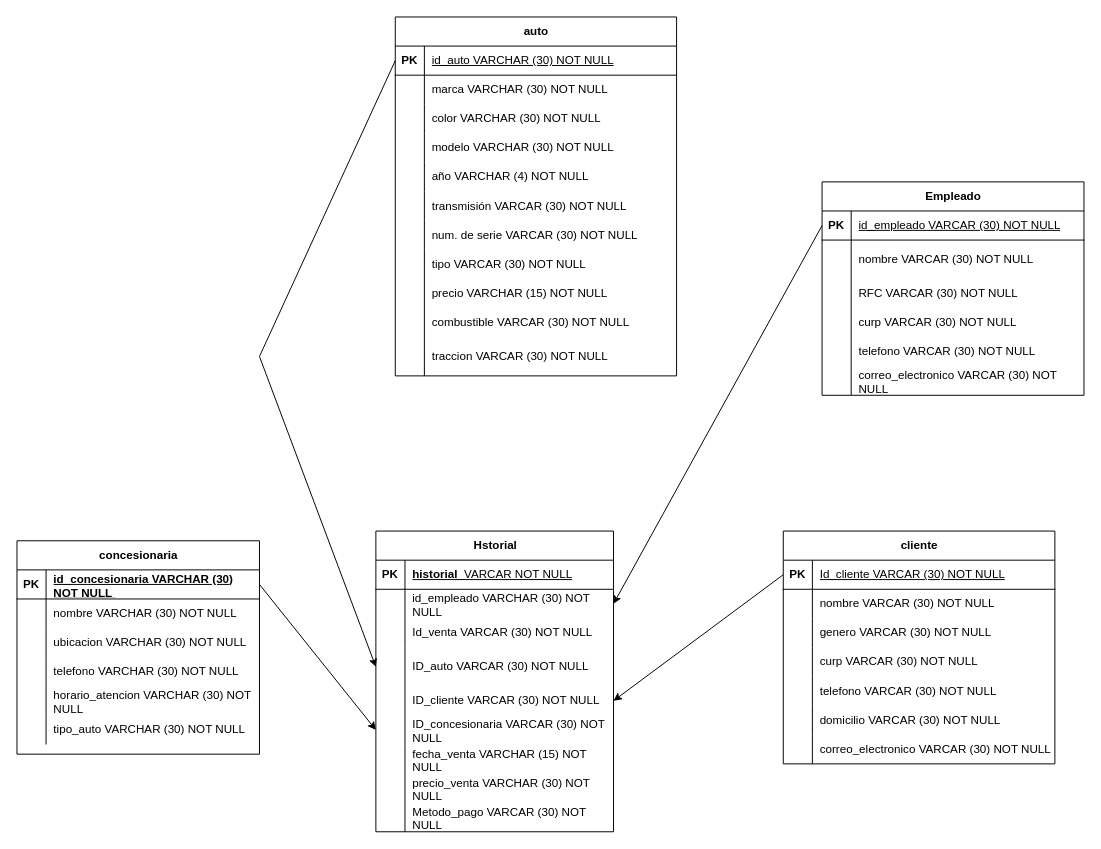
Before: page "Página-2" (2 of 2) of diagrama/consencionaria.drawio in GerardoNR/fbd-gerardo-reyes, a draw.io diagram. Source tidied: cells renumbered, new cells numbered last; positions are measured from the earlier drawing's top-left corner, leaving out a move shared by most shapes. Both pictures are drawn from the tidied source at 97%, with x=0, y=0 at pixel (16, 16).
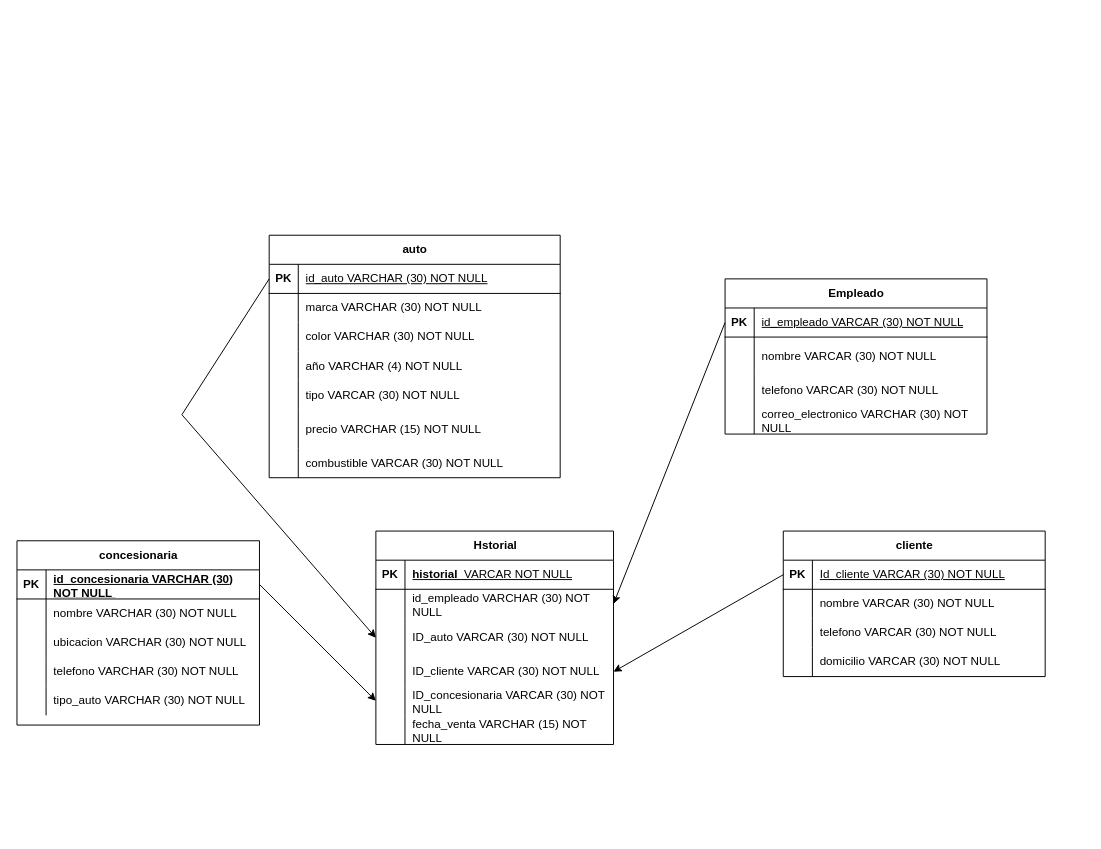
After the change.

Change to the diagram source:
```diff
@@
     <mxCell id="2" value="Empleado" style="shape=table;startSize=30;childLayout=tableLayout;rowLines=0;fontStyle=1;align=center;html=1;" parent="1" vertex="1">
-      <mxGeometry x="830" y="170" width="270" height="220" as="geometry" />
+      <mxGeometry x="730" y="270" width="270" height="160" as="geometry" />
     </mxCell>
@@
-    <mxCell id="9" style="shape=tableRow;horizontal=0;startSize=0;swimlaneHead=0;swimlaneBody=0;fillColor=none;top=0;left=0;right=0;bottom=0;" parent="2" vertex="1">
-      <mxGeometry y="100" width="270" height="30" as="geometry" />
-    </mxCell>
-    <mxCell id="10" style="shape=partialRectangle;fillColor=none;top=0;left=0;bottom=0;right=0;overflow=hidden;whiteSpace=wrap;html=1;" parent="9" vertex="1">
-      <mxGeometry width="30" height="30" as="geometry" />
-    </mxCell>
-    <mxCell id="11" value="RFC VARCAR (30) NOT NULL" style="shape=partialRectangle;fillColor=none;top=0;left=0;bottom=0;right=0;align=left;spacingLeft=6;overflow=hidden;whiteSpace=wrap;html=1;" parent="9" vertex="1">
-      <mxGeometry x="30" width="240" height="30" as="geometry" />
-    </mxCell>
-    <mxCell id="12" style="shape=tableRow;horizontal=0;startSize=0;swimlaneHead=0;swimlaneBody=0;fillColor=none;top=0;left=0;right=0;bottom=0;" parent="2" vertex="1">
-      <mxGeometry y="130" width="270" height="30" as="geometry" />
-    </mxCell>
-    <mxCell id="13" style="shape=partialRectangle;fillColor=none;top=0;left=0;bottom=0;right=0;overflow=hidden;whiteSpace=wrap;html=1;" parent="12" vertex="1">
-      <mxGeometry width="30" height="30" as="geometry" />
-    </mxCell>
-    <mxCell id="14" value="curp VARCAR (30) NOT NULL" style="shape=partialRectangle;fillColor=none;top=0;left=0;bottom=0;right=0;align=left;spacingLeft=6;overflow=hidden;whiteSpace=wrap;html=1;" parent="12" vertex="1">
-      <mxGeometry x="30" width="240" height="30" as="geometry" />
-    </mxCell>
     <mxCell id="15" style="shape=tableRow;horizontal=0;startSize=0;swimlaneHead=0;swimlaneBody=0;fillColor=none;top=0;left=0;right=0;bottom=0;" parent="2" vertex="1">
-      <mxGeometry y="160" width="270" height="30" as="geometry" />
+      <mxGeometry y="100" width="270" height="30" as="geometry" />
     </mxCell>
@@
-    <mxCell id="18" style="shape=tableRow;horizontal=0;startSize=0;swimlaneHead=0;swimlaneBody=0;fillColor=none;top=0;left=0;right=0;bottom=0;" parent="2" vertex="1">
-      <mxGeometry y="190" width="270" height="30" as="geometry" />
-    </mxCell>
-    <mxCell id="19" style="shape=partialRectangle;fillColor=none;top=0;left=0;bottom=0;right=0;overflow=hidden;whiteSpace=wrap;html=1;" parent="18" vertex="1">
-      <mxGeometry width="30" height="30" as="geometry" />
-    </mxCell>
-    <mxCell id="20" value="correo_electronico VARCAR (30) NOT NULL" style="shape=partialRectangle;fillColor=none;top=0;left=0;bottom=0;right=0;align=left;spacingLeft=6;overflow=hidden;whiteSpace=wrap;html=1;" parent="18" vertex="1">
-      <mxGeometry x="30" width="240" height="30" as="geometry" />
-    </mxCell>
+    <mxCell id="12" style="shape=tableRow;horizontal=0;startSize=0;swimlaneHead=0;swimlaneBody=0;fillColor=none;top=0;left=0;right=0;bottom=0;" parent="2" vertex="1">
+      <mxGeometry y="130" width="270" height="30" as="geometry" />
+    </mxCell>
+    <mxCell id="128" style="shape=partialRectangle;fillColor=none;top=0;left=0;bottom=0;right=0;overflow=hidden;whiteSpace=wrap;html=1;" parent="12" vertex="1">
+      <mxGeometry width="30" height="30" as="geometry" />
+    </mxCell>
+    <mxCell id="129" value="correo_electronico VARCHAR (30) NOT NULL" style="shape=partialRectangle;fillColor=none;top=0;left=0;bottom=0;right=0;align=left;spacingLeft=6;overflow=hidden;whiteSpace=wrap;html=1;" parent="12" vertex="1">
+      <mxGeometry x="30" width="240" height="30" as="geometry" />
+    </mxCell>
     <mxCell id="21" value="auto" style="shape=table;startSize=30;childLayout=tableLayout;rowLines=0;fontStyle=1;align=center;html=1;" parent="1" vertex="1">
-      <mxGeometry x="390" width="290" height="370" as="geometry" />
+      <mxGeometry x="260" y="225" width="300" height="250" as="geometry" />
     </mxCell>
     <mxCell id="22" style="shape=tableRow;horizontal=0;startSize=0;swimlaneHead=0;swimlaneBody=0;fillColor=none;points=[[0,0.5],[1,0.5]];portConstraint=eastwest;top=0;left=0;right=0;bottom=1;" parent="21" vertex="1">
-      <mxGeometry y="30" width="290" height="30" as="geometry" />
+      <mxGeometry y="30" width="300" height="30" as="geometry" />
     </mxCell>
@@
     <mxCell id="24" value="&lt;span style=&quot;font-weight: 400;&quot;&gt;id_auto VARCHAR (30) NOT NULL&lt;/span&gt;" style="shape=partialRectangle;fillColor=none;top=0;left=0;bottom=0;right=0;align=left;spacingLeft=6;fontStyle=5;overflow=hidden;whiteSpace=wrap;html=1;" parent="22" vertex="1">
-      <mxGeometry x="30" width="260" height="30" as="geometry" />
+      <mxGeometry x="30" width="270" height="30" as="geometry" />
     </mxCell>
     <mxCell id="25" style="shape=tableRow;horizontal=0;startSize=0;swimlaneHead=0;swimlaneBody=0;fillColor=none;top=0;left=0;right=0;bottom=0;" parent="21" vertex="1">
-      <mxGeometry y="60" width="290" height="30" as="geometry" />
+      <mxGeometry y="60" width="300" height="30" as="geometry" />
     </mxCell>
@@
     <mxCell id="27" value="marca VARCHAR (30) NOT NULL" style="shape=partialRectangle;fillColor=none;top=0;left=0;bottom=0;right=0;align=left;spacingLeft=6;overflow=hidden;whiteSpace=wrap;html=1;" parent="25" vertex="1">
-      <mxGeometry x="30" width="260" height="30" as="geometry" />
+      <mxGeometry x="30" width="270" height="30" as="geometry" />
     </mxCell>
     <mxCell id="28" style="shape=tableRow;horizontal=0;startSize=0;swimlaneHead=0;swimlaneBody=0;fillColor=none;top=0;left=0;right=0;bottom=0;" parent="21" vertex="1">
-      <mxGeometry y="90" width="290" height="30" as="geometry" />
+      <mxGeometry y="90" width="300" height="30" as="geometry" />
     </mxCell>
@@
     <mxCell id="30" value="color VARCHAR (30) NOT NULL" style="shape=partialRectangle;fillColor=none;top=0;left=0;bottom=0;right=0;align=left;spacingLeft=6;overflow=hidden;whiteSpace=wrap;html=1;" parent="28" vertex="1">
-      <mxGeometry x="30" width="260" height="30" as="geometry" />
+      <mxGeometry x="30" width="270" height="30" as="geometry" />
     </mxCell>
-    <mxCell id="31" style="shape=tableRow;horizontal=0;startSize=0;swimlaneHead=0;swimlaneBody=0;fillColor=none;top=0;left=0;right=0;bottom=0;" parent="21" vertex="1">
-      <mxGeometry y="120" width="290" height="30" as="geometry" />
-    </mxCell>
-    <mxCell id="32" style="shape=partialRectangle;fillColor=none;top=0;left=0;bottom=0;right=0;overflow=hidden;whiteSpace=wrap;html=1;" parent="31" vertex="1">
-      <mxGeometry width="30" height="30" as="geometry" />
-    </mxCell>
-    <mxCell id="33" value="modelo VARCHAR (30) NOT NULL" style="shape=partialRectangle;fillColor=none;top=0;left=0;bottom=0;right=0;align=left;spacingLeft=6;overflow=hidden;whiteSpace=wrap;html=1;" parent="31" vertex="1">
-      <mxGeometry x="30" width="260" height="30" as="geometry" />
-    </mxCell>
     <mxCell id="34" style="shape=tableRow;horizontal=0;startSize=0;swimlaneHead=0;swimlaneBody=0;fillColor=none;top=0;left=0;right=0;bottom=0;" parent="21" vertex="1">
-      <mxGeometry y="150" width="290" height="30" as="geometry" />
+      <mxGeometry y="120" width="300" height="30" as="geometry" />
     </mxCell>
@@
     <mxCell id="36" value="año VARCHAR (4) NOT NULL" style="shape=partialRectangle;fillColor=none;top=0;left=0;bottom=0;right=0;align=left;spacingLeft=6;overflow=hidden;whiteSpace=wrap;html=1;" parent="34" vertex="1">
-      <mxGeometry x="30" width="260" height="30" as="geometry" />
+      <mxGeometry x="30" width="270" height="30" as="geometry" />
     </mxCell>
-    <mxCell id="37" style="shape=tableRow;horizontal=0;startSize=0;swimlaneHead=0;swimlaneBody=0;fillColor=none;top=0;left=0;right=0;bottom=0;" parent="21" vertex="1">
-      <mxGeometry y="180" width="290" height="30" as="geometry" />
-    </mxCell>
-    <mxCell id="38" style="shape=partialRectangle;fillColor=none;top=0;left=0;bottom=0;right=0;overflow=hidden;whiteSpace=wrap;html=1;" parent="37" vertex="1">
-      <mxGeometry width="30" height="30" as="geometry" />
-    </mxCell>
-    <mxCell id="39" value="transmisión VARCAR (30) NOT NULL" style="shape=partialRectangle;fillColor=none;top=0;left=0;bottom=0;right=0;align=left;spacingLeft=6;overflow=hidden;whiteSpace=wrap;html=1;" parent="37" vertex="1">
-      <mxGeometry x="30" width="260" height="30" as="geometry" />
-    </mxCell>
-    <mxCell id="40" style="shape=tableRow;horizontal=0;startSize=0;swimlaneHead=0;swimlaneBody=0;fillColor=none;top=0;left=0;right=0;bottom=0;" parent="21" vertex="1">
-      <mxGeometry y="210" width="290" height="30" as="geometry" />
-    </mxCell>
-    <mxCell id="41" style="shape=partialRectangle;fillColor=none;top=0;left=0;bottom=0;right=0;overflow=hidden;whiteSpace=wrap;html=1;" parent="40" vertex="1">
-      <mxGeometry width="30" height="30" as="geometry" />
-    </mxCell>
-    <mxCell id="42" value="num. de serie VARCAR (30) NOT NULL" style="shape=partialRectangle;fillColor=none;top=0;left=0;bottom=0;right=0;align=left;spacingLeft=6;overflow=hidden;whiteSpace=wrap;html=1;" parent="40" vertex="1">
-      <mxGeometry x="30" width="260" height="30" as="geometry" />
-    </mxCell>
     <mxCell id="43" style="shape=tableRow;horizontal=0;startSize=0;swimlaneHead=0;swimlaneBody=0;fillColor=none;top=0;left=0;right=0;bottom=0;" parent="21" vertex="1">
-      <mxGeometry y="240" width="290" height="30" as="geometry" />
+      <mxGeometry y="150" width="300" height="30" as="geometry" />
     </mxCell>
@@
     <mxCell id="45" value="tipo VARCAR (30) NOT NULL" style="shape=partialRectangle;fillColor=none;top=0;left=0;bottom=0;right=0;align=left;spacingLeft=6;overflow=hidden;whiteSpace=wrap;html=1;" parent="43" vertex="1">
-      <mxGeometry x="30" width="260" height="30" as="geometry" />
+      <mxGeometry x="30" width="270" height="30" as="geometry" />
     </mxCell>
     <mxCell id="46" style="shape=tableRow;horizontal=0;startSize=0;swimlaneHead=0;swimlaneBody=0;fillColor=none;top=0;left=0;right=0;bottom=0;" parent="21" vertex="1">
-      <mxGeometry y="270" width="290" height="30" as="geometry" />
+      <mxGeometry y="180" width="300" height="40" as="geometry" />
     </mxCell>
     <mxCell id="47" style="shape=partialRectangle;fillColor=none;top=0;left=0;bottom=0;right=0;overflow=hidden;whiteSpace=wrap;html=1;" parent="46" vertex="1">
-      <mxGeometry width="30" height="30" as="geometry" />
+      <mxGeometry width="30" height="40" as="geometry" />
     </mxCell>
     <mxCell id="48" value="precio VARCHAR (15) NOT NULL&amp;nbsp;" style="shape=partialRectangle;fillColor=none;top=0;left=0;bottom=0;right=0;align=left;spacingLeft=6;overflow=hidden;whiteSpace=wrap;html=1;" parent="46" vertex="1">
-      <mxGeometry x="30" width="260" height="30" as="geometry" />
+      <mxGeometry x="30" width="270" height="40" as="geometry" />
     </mxCell>
     <mxCell id="49" style="shape=tableRow;horizontal=0;startSize=0;swimlaneHead=0;swimlaneBody=0;fillColor=none;top=0;left=0;right=0;bottom=0;" parent="21" vertex="1">
-      <mxGeometry y="300" width="290" height="30" as="geometry" />
+      <mxGeometry y="220" width="300" height="30" as="geometry" />
     </mxCell>
@@
     <mxCell id="51" value="combustible VARCAR (30) NOT NULL" style="shape=partialRectangle;fillColor=none;top=0;left=0;bottom=0;right=0;align=left;spacingLeft=6;overflow=hidden;whiteSpace=wrap;html=1;" parent="49" vertex="1">
-      <mxGeometry x="30" width="260" height="30" as="geometry" />
+      <mxGeometry x="30" width="270" height="30" as="geometry" />
     </mxCell>
-    <mxCell id="52" style="shape=tableRow;horizontal=0;startSize=0;swimlaneHead=0;swimlaneBody=0;fillColor=none;top=0;left=0;right=0;bottom=0;" parent="21" vertex="1">
-      <mxGeometry y="330" width="290" height="40" as="geometry" />
-    </mxCell>
-    <mxCell id="53" style="shape=partialRectangle;fillColor=none;top=0;left=0;bottom=0;right=0;overflow=hidden;whiteSpace=wrap;html=1;" parent="52" vertex="1">
-      <mxGeometry width="30" height="40" as="geometry" />
-    </mxCell>
-    <mxCell id="54" value="traccion VARCAR (30) NOT NULL" style="shape=partialRectangle;fillColor=none;top=0;left=0;bottom=0;right=0;align=left;spacingLeft=6;overflow=hidden;whiteSpace=wrap;html=1;" parent="52" vertex="1">
-      <mxGeometry x="30" width="260" height="40" as="geometry" />
-    </mxCell>
     <mxCell id="55" value="cliente" style="shape=table;startSize=30;childLayout=tableLayout;rowLines=0;fontStyle=1;align=center;html=1;" parent="1" vertex="1">
-      <mxGeometry x="790" y="530" width="280" height="240" as="geometry" />
+      <mxGeometry x="790" y="530" width="270" height="150" as="geometry" />
     </mxCell>
     <mxCell id="56" style="shape=tableRow;horizontal=0;startSize=0;swimlaneHead=0;swimlaneBody=0;fillColor=none;points=[[0,0.5],[1,0.5]];portConstraint=eastwest;top=0;left=0;right=0;bottom=1;" parent="55" vertex="1">
-      <mxGeometry y="30" width="280" height="30" as="geometry" />
+      <mxGeometry y="30" width="270" height="30" as="geometry" />
     </mxCell>
@@
     <mxCell id="58" value="&lt;span style=&quot;font-weight: 400;&quot;&gt;Id_cliente VARCAR (30) NOT NULL&lt;/span&gt;" style="shape=partialRectangle;fillColor=none;top=0;left=0;bottom=0;right=0;align=left;spacingLeft=6;fontStyle=5;overflow=hidden;whiteSpace=wrap;html=1;" parent="56" vertex="1">
-      <mxGeometry x="30" width="250" height="30" as="geometry" />
+      <mxGeometry x="30" width="240" height="30" as="geometry" />
     </mxCell>
     <mxCell id="59" style="shape=tableRow;horizontal=0;startSize=0;swimlaneHead=0;swimlaneBody=0;fillColor=none;top=0;left=0;right=0;bottom=0;" parent="55" vertex="1">
-      <mxGeometry y="60" width="280" height="30" as="geometry" />
+      <mxGeometry y="60" width="270" height="30" as="geometry" />
     </mxCell>
@@
     <mxCell id="61" value="nombre VARCAR (30) NOT NULL" style="shape=partialRectangle;fillColor=none;top=0;left=0;bottom=0;right=0;align=left;spacingLeft=6;overflow=hidden;whiteSpace=wrap;html=1;" parent="59" vertex="1">
-      <mxGeometry x="30" width="250" height="30" as="geometry" />
+      <mxGeometry x="30" width="240" height="30" as="geometry" />
     </mxCell>
-    <mxCell id="62" style="shape=tableRow;horizontal=0;startSize=0;swimlaneHead=0;swimlaneBody=0;fillColor=none;top=0;left=0;right=0;bottom=0;" parent="55" vertex="1">
-      <mxGeometry y="90" width="280" height="30" as="geometry" />
-    </mxCell>
-    <mxCell id="63" style="shape=partialRectangle;fillColor=none;top=0;left=0;bottom=0;right=0;overflow=hidden;whiteSpace=wrap;html=1;" parent="62" vertex="1">
-      <mxGeometry width="30" height="30" as="geometry" />
-    </mxCell>
-    <mxCell id="64" value="genero VARCAR (30) NOT NULL" style="shape=partialRectangle;fillColor=none;top=0;left=0;bottom=0;right=0;align=left;spacingLeft=6;overflow=hidden;whiteSpace=wrap;html=1;" parent="62" vertex="1">
-      <mxGeometry x="30" width="250" height="30" as="geometry" />
-    </mxCell>
-    <mxCell id="65" style="shape=tableRow;horizontal=0;startSize=0;swimlaneHead=0;swimlaneBody=0;fillColor=none;top=0;left=0;right=0;bottom=0;" parent="55" vertex="1">
-      <mxGeometry y="120" width="280" height="30" as="geometry" />
-    </mxCell>
-    <mxCell id="66" style="shape=partialRectangle;fillColor=none;top=0;left=0;bottom=0;right=0;overflow=hidden;whiteSpace=wrap;html=1;" parent="65" vertex="1">
-      <mxGeometry width="30" height="30" as="geometry" />
-    </mxCell>
-    <mxCell id="67" value="curp VARCAR (30) NOT NULL" style="shape=partialRectangle;fillColor=none;top=0;left=0;bottom=0;right=0;align=left;spacingLeft=6;overflow=hidden;whiteSpace=wrap;html=1;" parent="65" vertex="1">
-      <mxGeometry x="30" width="250" height="30" as="geometry" />
-    </mxCell>
     <mxCell id="68" style="shape=tableRow;horizontal=0;startSize=0;swimlaneHead=0;swimlaneBody=0;fillColor=none;top=0;left=0;right=0;bottom=0;" parent="55" vertex="1">
-      <mxGeometry y="150" width="280" height="30" as="geometry" />
+      <mxGeometry y="90" width="270" height="30" as="geometry" />
     </mxCell>
@@
     <mxCell id="70" value="telefono VARCAR (30) NOT NULL" style="shape=partialRectangle;fillColor=none;top=0;left=0;bottom=0;right=0;align=left;spacingLeft=6;overflow=hidden;whiteSpace=wrap;html=1;" parent="68" vertex="1">
-      <mxGeometry x="30" width="250" height="30" as="geometry" />
+      <mxGeometry x="30" width="240" height="30" as="geometry" />
     </mxCell>
     <mxCell id="71" style="shape=tableRow;horizontal=0;startSize=0;swimlaneHead=0;swimlaneBody=0;fillColor=none;top=0;left=0;right=0;bottom=0;" parent="55" vertex="1">
-      <mxGeometry y="180" width="280" height="30" as="geometry" />
+      <mxGeometry y="120" width="270" height="30" as="geometry" />
     </mxCell>
@@
     <mxCell id="73" value="domicilio VARCAR (30) NOT NULL" style="shape=partialRectangle;fillColor=none;top=0;left=0;bottom=0;right=0;align=left;spacingLeft=6;overflow=hidden;whiteSpace=wrap;html=1;" parent="71" vertex="1">
-      <mxGeometry x="30" width="250" height="30" as="geometry" />
+      <mxGeometry x="30" width="240" height="30" as="geometry" />
     </mxCell>
-    <mxCell id="74" style="shape=tableRow;horizontal=0;startSize=0;swimlaneHead=0;swimlaneBody=0;fillColor=none;top=0;left=0;right=0;bottom=0;" parent="55" vertex="1">
-      <mxGeometry y="210" width="280" height="30" as="geometry" />
-    </mxCell>
-    <mxCell id="75" style="shape=partialRectangle;fillColor=none;top=0;left=0;bottom=0;right=0;overflow=hidden;whiteSpace=wrap;html=1;" parent="74" vertex="1">
-      <mxGeometry width="30" height="30" as="geometry" />
-    </mxCell>
-    <mxCell id="76" value="correo_electronico VARCAR (30) NOT NULL&amp;nbsp;" style="shape=partialRectangle;fillColor=none;top=0;left=0;bottom=0;right=0;align=left;spacingLeft=6;overflow=hidden;whiteSpace=wrap;html=1;" parent="74" vertex="1">
-      <mxGeometry x="30" width="250" height="30" as="geometry" />
-    </mxCell>
     <mxCell id="77" value="Hstorial" style="shape=table;startSize=30;childLayout=tableLayout;rowLines=0;fontStyle=1;align=center;html=1;" parent="1" vertex="1">
-      <mxGeometry x="370" y="530" width="245" height="310" as="geometry" />
+      <mxGeometry x="370" y="530" width="245" height="220" as="geometry" />
     </mxCell>
@@
-    <mxCell id="84" style="shape=tableRow;horizontal=0;startSize=0;swimlaneHead=0;swimlaneBody=0;fillColor=none;top=0;left=0;right=0;bottom=0;" parent="77" vertex="1">
-      <mxGeometry y="90" width="245" height="30" as="geometry" />
-    </mxCell>
-    <mxCell id="85" style="shape=partialRectangle;fillColor=none;top=0;left=0;bottom=0;right=0;overflow=hidden;whiteSpace=wrap;html=1;" parent="84" vertex="1">
-      <mxGeometry width="30" height="30" as="geometry" />
-    </mxCell>
-    <mxCell id="86" value="Id_venta VARCAR (30) NOT NULL" style="shape=partialRectangle;fillColor=none;top=0;left=0;bottom=0;right=0;align=left;spacingLeft=6;overflow=hidden;whiteSpace=wrap;html=1;" parent="84" vertex="1">
-      <mxGeometry x="30" width="215" height="30" as="geometry" />
-    </mxCell>
     <mxCell id="87" style="shape=tableRow;horizontal=0;startSize=0;swimlaneHead=0;swimlaneBody=0;fillColor=none;points=[[0,0.5],[1,0.5]];portConstraint=eastwest;top=0;left=0;right=0;bottom=0;" parent="77" vertex="1">
-      <mxGeometry y="120" width="245" height="40" as="geometry" />
+      <mxGeometry y="90" width="245" height="40" as="geometry" />
     </mxCell>
@@
     <mxCell id="90" style="shape=tableRow;horizontal=0;startSize=0;swimlaneHead=0;swimlaneBody=0;fillColor=none;points=[[0,0.5],[1,0.5]];portConstraint=eastwest;top=0;left=0;right=0;bottom=0;" parent="77" vertex="1">
-      <mxGeometry y="160" width="245" height="30" as="geometry" />
+      <mxGeometry y="130" width="245" height="30" as="geometry" />
     </mxCell>
@@
     <mxCell id="93" style="shape=tableRow;horizontal=0;startSize=0;swimlaneHead=0;swimlaneBody=0;fillColor=none;points=[[0,0.5],[1,0.5]];portConstraint=eastwest;top=0;left=0;right=0;bottom=0;" parent="77" vertex="1">
-      <mxGeometry y="190" width="245" height="30" as="geometry" />
+      <mxGeometry y="160" width="245" height="30" as="geometry" />
     </mxCell>
@@
     <mxCell id="96" style="shape=tableRow;horizontal=0;startSize=0;swimlaneHead=0;swimlaneBody=0;fillColor=none;top=0;left=0;right=0;bottom=0;" parent="77" vertex="1">
-      <mxGeometry y="220" width="245" height="30" as="geometry" />
+      <mxGeometry y="190" width="245" height="30" as="geometry" />
     </mxCell>
@@
-    <mxCell id="99" style="shape=tableRow;horizontal=0;startSize=0;swimlaneHead=0;swimlaneBody=0;fillColor=none;top=0;left=0;right=0;bottom=0;" parent="77" vertex="1">
-      <mxGeometry y="250" width="245" height="30" as="geometry" />
-    </mxCell>
-    <mxCell id="100" style="shape=partialRectangle;fillColor=none;top=0;left=0;bottom=0;right=0;overflow=hidden;whiteSpace=wrap;html=1;" parent="99" vertex="1">
-      <mxGeometry width="30" height="30" as="geometry" />
-    </mxCell>
-    <mxCell id="101" value="precio_venta VARCHAR (30) NOT NULL" style="shape=partialRectangle;fillColor=none;top=0;left=0;bottom=0;right=0;align=left;spacingLeft=6;overflow=hidden;whiteSpace=wrap;html=1;" parent="99" vertex="1">
-      <mxGeometry x="30" width="215" height="30" as="geometry" />
-    </mxCell>
-    <mxCell id="102" style="shape=tableRow;horizontal=0;startSize=0;swimlaneHead=0;swimlaneBody=0;fillColor=none;top=0;left=0;right=0;bottom=0;" parent="77" vertex="1">
-      <mxGeometry y="280" width="245" height="30" as="geometry" />
-    </mxCell>
-    <mxCell id="103" style="shape=partialRectangle;fillColor=none;top=0;left=0;bottom=0;right=0;overflow=hidden;whiteSpace=wrap;html=1;" parent="102" vertex="1">
-      <mxGeometry width="30" height="30" as="geometry" />
-    </mxCell>
-    <mxCell id="104" value="Metodo_pago VARCAR (30) NOT NULL" style="shape=partialRectangle;fillColor=none;top=0;left=0;bottom=0;right=0;align=left;spacingLeft=6;overflow=hidden;whiteSpace=wrap;html=1;" parent="102" vertex="1">
-      <mxGeometry x="30" width="215" height="30" as="geometry" />
-    </mxCell>
     <mxCell id="105" style="edgeStyle=none;rounded=0;jettySize=auto;html=1;exitX=0;exitY=0.5;exitDx=0;exitDy=0;entryX=0;entryY=0.5;entryDx=0;entryDy=0;" parent="1" edge="1" source="22" target="87">
       <mxGeometry relative="1" as="geometry">
         <Array as="points">
-          <mxPoint x="250" y="350" />
+          <mxPoint x="170" y="410" />
         </Array>
       </mxGeometry>
     </mxCell>
@@
     <mxCell id="108" value="concesionaria" style="shape=table;startSize=30;childLayout=tableLayout;rowLines=0;fontStyle=1;align=center;html=1;" parent="1" vertex="1">
-      <mxGeometry y="540" width="250" height="220" as="geometry" />
+      <mxGeometry y="540" width="250" height="190" as="geometry" />
     </mxCell>
@@
-    <mxCell id="121" style="shape=tableRow;horizontal=0;startSize=0;swimlaneHead=0;swimlaneBody=0;fillColor=none;top=0;left=0;right=0;bottom=0;" parent="108" vertex="1">
-      <mxGeometry y="150" width="250" height="30" as="geometry" />
-    </mxCell>
-    <mxCell id="122" style="shape=partialRectangle;fillColor=none;top=0;left=0;bottom=0;right=0;overflow=hidden;whiteSpace=wrap;html=1;" parent="121" vertex="1">
-      <mxGeometry width="30" height="30" as="geometry" />
-    </mxCell>
-    <mxCell id="123" value="horario_atencion VARCHAR (30) NOT NULL" style="shape=partialRectangle;fillColor=none;top=0;left=0;bottom=0;right=0;align=left;spacingLeft=6;overflow=hidden;whiteSpace=wrap;html=1;" parent="121" vertex="1">
-      <mxGeometry x="30" width="220" height="30" as="geometry" />
-    </mxCell>
     <mxCell id="124" style="shape=tableRow;horizontal=0;startSize=0;swimlaneHead=0;swimlaneBody=0;fillColor=none;top=0;left=0;right=0;bottom=0;" parent="108" vertex="1">
-      <mxGeometry y="180" width="250" height="30" as="geometry" />
+      <mxGeometry y="150" width="250" height="30" as="geometry" />
     </mxCell>
```
